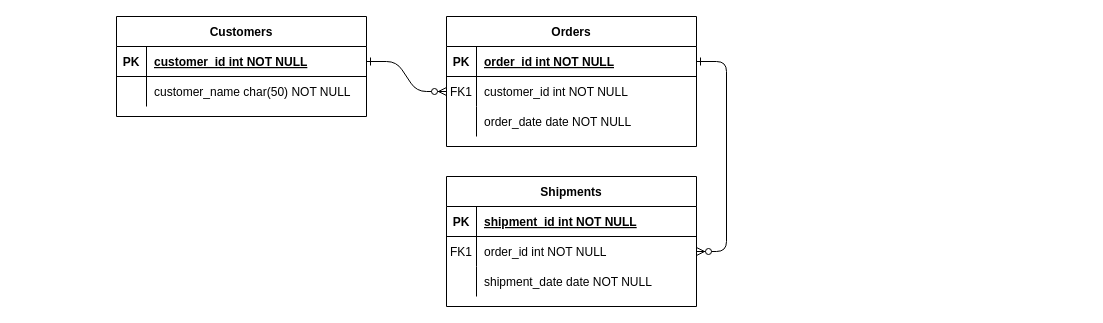
The draw.io diagram Untitled Diagram.drawio in wallysonruan/own-ecommerce, before the edit. Source tidied: cells renumbered, new cells numbered last; positions are measured from the earlier drawing's top-left corner, leaving out a move shared by most shapes. Both pictures are drawn from the tidied source at 100%, with x=0, y=0 at pixel (116, 16).
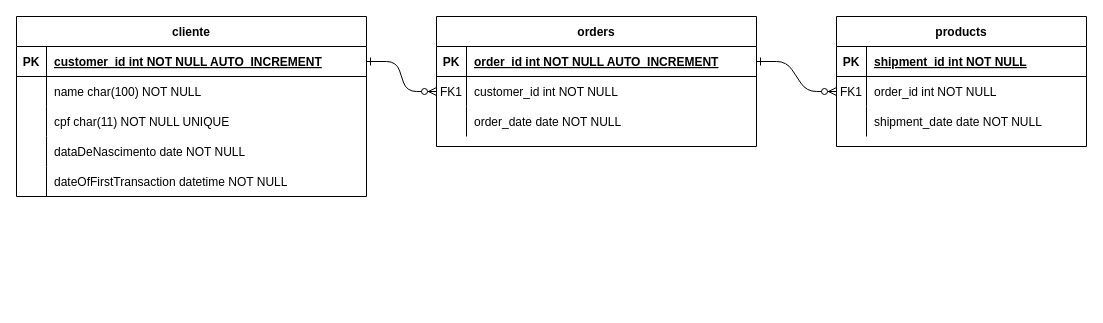
Above is the later version.

The edit, as a diff of the source:
```diff
@@
-    <mxCell id="4" value="Orders" style="shape=table;startSize=30;childLayout=tableLayout;rowLines=0;fontStyle=1;align=center;" parent="1" vertex="1">
-      <mxGeometry x="330" width="250" height="130" as="geometry" />
+    <mxCell id="4" value="orders" style="shape=table;startSize=30;childLayout=tableLayout;rowLines=0;fontStyle=1;align=center;" parent="1" vertex="1">
+      <mxGeometry x="320" width="320" height="130" as="geometry" />
     </mxCell>
     <mxCell id="5" style="shape=partialRectangle;fillColor=none;points=[[0,0.5],[1,0.5]];portConstraint=eastwest;top=0;left=0;right=0;bottom=1;" parent="4" vertex="1">
-      <mxGeometry y="30" width="250" height="30" as="geometry" />
+      <mxGeometry y="30" width="320" height="30" as="geometry" />
     </mxCell>
@@
-    <mxCell id="7" value="order_id int NOT NULL " style="shape=partialRectangle;overflow=hidden;fillColor=none;top=0;left=0;bottom=0;right=0;align=left;spacingLeft=6;fontStyle=5;" parent="5" vertex="1">
-      <mxGeometry x="30" width="220" height="30" as="geometry" />
+    <mxCell id="7" value="order_id int NOT NULL AUTO_INCREMENT" style="shape=partialRectangle;overflow=hidden;fillColor=none;top=0;left=0;bottom=0;right=0;align=left;spacingLeft=6;fontStyle=5;" parent="5" vertex="1">
+      <mxGeometry x="30" width="290" height="30" as="geometry" />
     </mxCell>
     <mxCell id="8" style="shape=partialRectangle;fillColor=none;points=[[0,0.5],[1,0.5]];portConstraint=eastwest;top=0;left=0;right=0;bottom=0;" parent="4" vertex="1">
-      <mxGeometry y="60" width="250" height="30" as="geometry" />
+      <mxGeometry y="60" width="320" height="30" as="geometry" />
     </mxCell>
@@
     <mxCell id="10" value="customer_id int NOT NULL" style="shape=partialRectangle;overflow=hidden;fillColor=none;top=0;left=0;bottom=0;right=0;align=left;spacingLeft=6;" parent="8" vertex="1">
-      <mxGeometry x="30" width="220" height="30" as="geometry" />
+      <mxGeometry x="30" width="290" height="30" as="geometry" />
     </mxCell>
     <mxCell id="11" style="shape=partialRectangle;fillColor=none;top=0;left=0;right=0;bottom=0;" parent="4" vertex="1">
-      <mxGeometry y="90" width="250" height="30" as="geometry" />
+      <mxGeometry y="90" width="320" height="30" as="geometry" />
     </mxCell>
@@
     <mxCell id="13" value="order_date date NOT NULL" style="shape=partialRectangle;overflow=hidden;fillColor=none;top=0;left=0;bottom=0;right=0;align=left;spacingLeft=6;" parent="11" vertex="1">
-      <mxGeometry x="30" width="220" height="30" as="geometry" />
+      <mxGeometry x="30" width="290" height="30" as="geometry" />
     </mxCell>
-    <mxCell id="14" value="Shipments" style="shape=table;startSize=30;childLayout=tableLayout;rowLines=0;fontStyle=1;align=center;" parent="1" vertex="1">
-      <mxGeometry x="330" y="160" width="250" height="130" as="geometry" />
+    <mxCell id="14" value="products" style="shape=table;startSize=30;childLayout=tableLayout;rowLines=0;fontStyle=1;align=center;" parent="1" vertex="1">
+      <mxGeometry x="720" width="250" height="130" as="geometry" />
     </mxCell>
@@
-    <mxCell id="24" value="Customers" style="shape=table;startSize=30;childLayout=tableLayout;rowLines=0;fontStyle=1;align=center;" parent="1" vertex="1">
-      <mxGeometry width="250" height="100" as="geometry" />
+    <mxCell id="24" value="cliente" style="shape=table;startSize=30;childLayout=tableLayout;rowLines=0;fontStyle=1;align=center;" parent="1" vertex="1">
+      <mxGeometry x="-100" width="350" height="180" as="geometry" />
     </mxCell>
     <mxCell id="25" style="shape=partialRectangle;fillColor=none;points=[[0,0.5],[1,0.5]];portConstraint=eastwest;top=0;left=0;right=0;bottom=1;" parent="24" vertex="1">
-      <mxGeometry y="30" width="250" height="30" as="geometry" />
+      <mxGeometry y="30" width="350" height="30" as="geometry" />
     </mxCell>
@@
-    <mxCell id="27" value="customer_id int NOT NULL " style="shape=partialRectangle;overflow=hidden;fillColor=none;top=0;left=0;bottom=0;right=0;align=left;spacingLeft=6;fontStyle=5;" parent="25" vertex="1">
-      <mxGeometry x="30" width="220" height="30" as="geometry" />
+    <mxCell id="27" value="customer_id int NOT NULL AUTO_INCREMENT" style="shape=partialRectangle;overflow=hidden;fillColor=none;top=0;left=0;bottom=0;right=0;align=left;spacingLeft=6;fontStyle=5;" parent="25" vertex="1">
+      <mxGeometry x="30" width="320" height="30" as="geometry" />
     </mxCell>
     <mxCell id="28" style="shape=partialRectangle;fillColor=none;top=0;left=0;right=0;bottom=0;" parent="24" vertex="1">
-      <mxGeometry y="60" width="250" height="30" as="geometry" />
+      <mxGeometry y="60" width="350" height="30" as="geometry" />
     </mxCell>
@@
-    <mxCell id="30" value="customer_name char(50) NOT NULL" style="shape=partialRectangle;overflow=hidden;fillColor=none;top=0;left=0;bottom=0;right=0;align=left;spacingLeft=6;" parent="28" vertex="1">
-      <mxGeometry x="30" width="220" height="30" as="geometry" />
+    <mxCell id="30" value="name char(100) NOT NULL" style="shape=partialRectangle;overflow=hidden;fillColor=none;top=0;left=0;bottom=0;right=0;align=left;spacingLeft=6;" parent="28" vertex="1">
+      <mxGeometry x="30" width="320" height="30" as="geometry" />
     </mxCell>
+    <mxCell id="31" style="shape=partialRectangle;fillColor=none;top=0;left=0;right=0;bottom=0;" parent="24" vertex="1">
+      <mxGeometry y="90" width="350" height="30" as="geometry" />
+    </mxCell>
+    <mxCell id="32" style="shape=partialRectangle;overflow=hidden;fillColor=none;top=0;left=0;bottom=0;right=0;" parent="31" vertex="1">
+      <mxGeometry width="30" height="30" as="geometry" />
+    </mxCell>
+    <mxCell id="33" value="cpf char(11) NOT NULL UNIQUE" style="shape=partialRectangle;overflow=hidden;fillColor=none;top=0;left=0;bottom=0;right=0;align=left;spacingLeft=6;" parent="31" vertex="1">
+      <mxGeometry x="30" width="320" height="30" as="geometry" />
+    </mxCell>
+    <mxCell id="34" style="shape=partialRectangle;fillColor=none;top=0;left=0;right=0;bottom=0;" parent="24" vertex="1">
+      <mxGeometry y="120" width="350" height="30" as="geometry" />
+    </mxCell>
+    <mxCell id="35" style="shape=partialRectangle;overflow=hidden;fillColor=none;top=0;left=0;bottom=0;right=0;" parent="34" vertex="1">
+      <mxGeometry width="30" height="30" as="geometry" />
+    </mxCell>
+    <mxCell id="36" value="dataDeNascimento date NOT NULL" style="shape=partialRectangle;overflow=hidden;fillColor=none;top=0;left=0;bottom=0;right=0;align=left;spacingLeft=6;" parent="34" vertex="1">
+      <mxGeometry x="30" width="320" height="30" as="geometry" />
+    </mxCell>
+    <mxCell id="37" style="shape=partialRectangle;fillColor=none;top=0;left=0;right=0;bottom=0;" parent="24" vertex="1">
+      <mxGeometry y="150" width="350" height="30" as="geometry" />
+    </mxCell>
+    <mxCell id="38" style="shape=partialRectangle;overflow=hidden;fillColor=none;top=0;left=0;bottom=0;right=0;" parent="37" vertex="1">
+      <mxGeometry width="30" height="30" as="geometry" />
+    </mxCell>
+    <mxCell id="39" value="dateOfFirstTransaction datetime NOT NULL" style="shape=partialRectangle;overflow=hidden;fillColor=none;top=0;left=0;bottom=0;right=0;align=left;spacingLeft=6;" parent="37" vertex="1">
+      <mxGeometry x="30" width="320" height="30" as="geometry" />
+    </mxCell>
```
